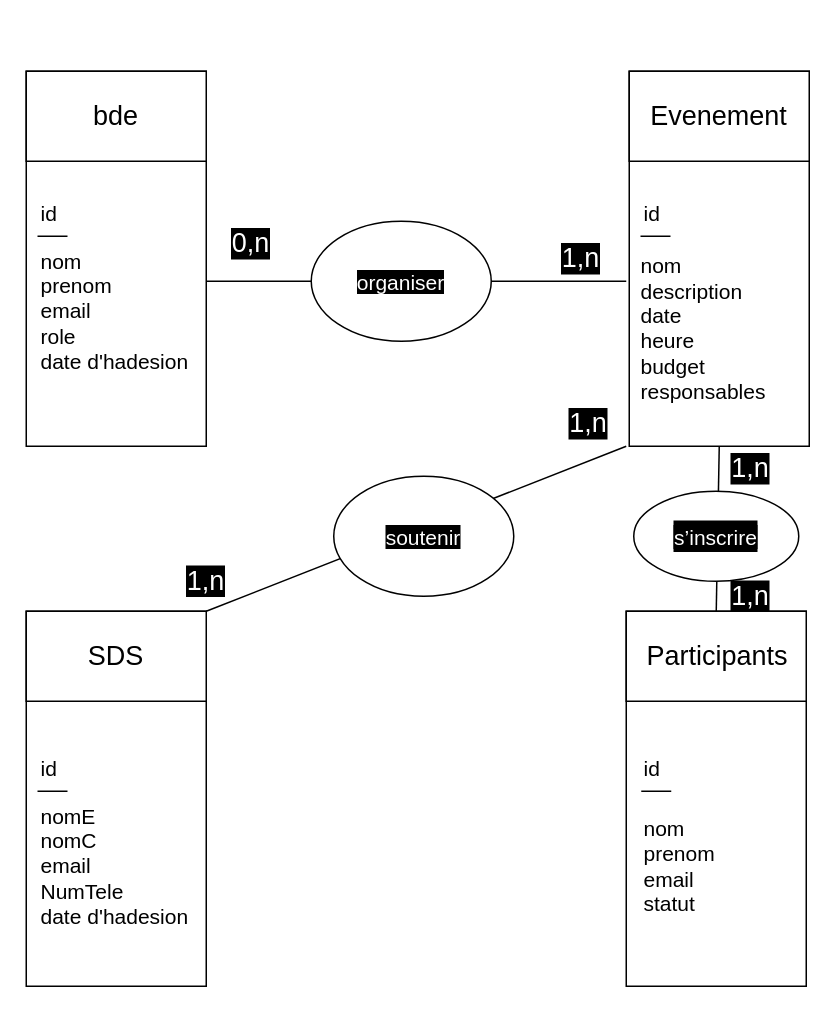
This is mcd.drawio from abirmes/Conception, a draw.io file, before an edit. Source tidied: cells renumbered, new cells numbered last; positions are measured from the earlier drawing's top-left corner, leaving out a move shared by most shapes. Both pictures are drawn from the tidied source at 150%, with x=0, y=0 at pixel (26, 70).
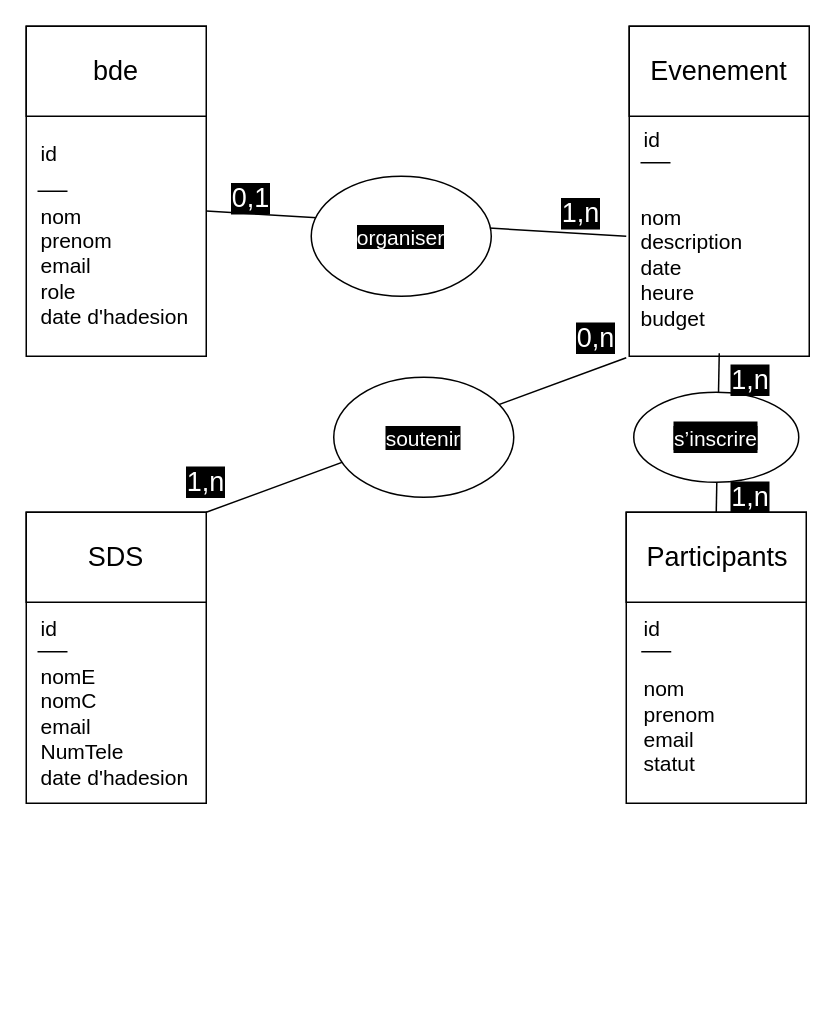
The same page after the edit.

What changed in the source:
```diff
@@
     <mxCell id="2" style="whiteSpace=wrap;html=1;" parent="1" vertex="1">
-      <mxGeometry y="360" width="120" height="250" as="geometry" />
+      <mxGeometry y="294" width="120" height="194" as="geometry" />
     </mxCell>
     <mxCell id="3" style="whiteSpace=wrap;html=1;" parent="1" vertex="1">
-      <mxGeometry y="360" width="120" height="60" as="geometry" />
+      <mxGeometry y="294" width="120" height="60" as="geometry" />
     </mxCell>
     <mxCell id="4" style="whiteSpace=wrap;html=1;" parent="1" vertex="1">
-      <mxGeometry width="120" height="250" as="geometry" />
+      <mxGeometry y="-30" width="120" height="220" as="geometry" />
     </mxCell>
     <mxCell id="5" style="whiteSpace=wrap;html=1;" parent="1" vertex="1">
-      <mxGeometry width="120" height="60" as="geometry" />
+      <mxGeometry y="-30" width="120" height="60" as="geometry" />
     </mxCell>
     <mxCell id="6" style="whiteSpace=wrap;html=1;" parent="1" vertex="1">
-      <mxGeometry x="400" y="360" width="120" height="250" as="geometry" />
+      <mxGeometry x="400" y="294" width="120" height="194" as="geometry" />
     </mxCell>
     <mxCell id="7" style="whiteSpace=wrap;html=1;" parent="1" vertex="1">
-      <mxGeometry x="400" y="360" width="120" height="60" as="geometry" />
+      <mxGeometry x="400" y="294" width="120" height="60" as="geometry" />
     </mxCell>
     <mxCell id="8" style="whiteSpace=wrap;html=1;" parent="1" vertex="1">
-      <mxGeometry x="402" width="120" height="250" as="geometry" />
+      <mxGeometry x="402" y="-30" width="120" height="220" as="geometry" />
     </mxCell>
     <mxCell id="9" style="whiteSpace=wrap;html=1;" parent="1" vertex="1">
-      <mxGeometry x="402" width="120" height="60" as="geometry" />
+      <mxGeometry x="402" y="-30" width="120" height="60" as="geometry" />
     </mxCell>
     <mxCell id="10" value="&lt;font style=&quot;font-size: 18px;&quot;&gt;bde&lt;/font&gt;" style="text;strokeColor=none;align=center;fillColor=none;html=1;verticalAlign=middle;whiteSpace=wrap;rounded=0;" parent="1" vertex="1">
-      <mxGeometry x="30" y="15" width="60" height="30" as="geometry" />
+      <mxGeometry x="30" y="-15" width="60" height="30" as="geometry" />
     </mxCell>
     <mxCell id="11" value="&lt;font style=&quot;font-size: 18px;&quot;&gt;SDS&lt;/font&gt;" style="text;strokeColor=none;align=center;fillColor=none;html=1;verticalAlign=middle;whiteSpace=wrap;rounded=0;" parent="1" vertex="1">
-      <mxGeometry x="30" y="375" width="60" height="30" as="geometry" />
+      <mxGeometry x="30" y="309" width="60" height="30" as="geometry" />
     </mxCell>
     <mxCell id="12" value="&lt;font style=&quot;font-size: 18px;&quot;&gt;Participants&lt;/font&gt;" style="text;strokeColor=none;align=center;fillColor=none;html=1;verticalAlign=middle;whiteSpace=wrap;rounded=0;" parent="1" vertex="1">
-      <mxGeometry x="431" y="375" width="60" height="30" as="geometry" />
+      <mxGeometry x="431" y="309" width="60" height="30" as="geometry" />
     </mxCell>
     <mxCell id="13" value="&lt;span style=&quot;font-size: 18px;&quot;&gt;Evenement&lt;/span&gt;" style="text;strokeColor=none;align=center;fillColor=none;html=1;verticalAlign=middle;whiteSpace=wrap;rounded=0;" parent="1" vertex="1">
-      <mxGeometry x="432" y="15" width="60" height="30" as="geometry" />
+      <mxGeometry x="432" y="-15" width="60" height="30" as="geometry" />
     </mxCell>
     <mxCell id="14" value="&lt;font style=&quot;font-size: 14px;&quot;&gt;nom&lt;br&gt;prenom&lt;br&gt;email&lt;br&gt;role&lt;br&gt;date d'hadesion&lt;br&gt;&lt;/font&gt;" style="text;html=1;strokeColor=none;fillColor=none;align=left;verticalAlign=middle;whiteSpace=wrap;rounded=0;" parent="1" vertex="1">
-      <mxGeometry x="7.5" y="100" width="105" height="120" as="geometry" />
+      <mxGeometry x="7.5" y="70" width="105" height="120" as="geometry" />
     </mxCell>
     <mxCell id="15" value="&lt;span style=&quot;&quot;&gt;id&lt;/span&gt;" style="text;html=1;strokeColor=none;fillColor=none;align=left;verticalAlign=middle;whiteSpace=wrap;rounded=0;fontSize=14;" parent="1" vertex="1">
-      <mxGeometry x="7.5" y="80" width="60" height="30" as="geometry" />
+      <mxGeometry x="7.5" y="40" width="60" height="30" as="geometry" />
     </mxCell>
     <mxCell id="16" style="endArrow=none;html=1;fontSize=18;" parent="1" edge="1">
       <mxGeometry relative="1" as="geometry">
-        <mxPoint x="27.5" y="110" as="sourcePoint" />
-        <mxPoint x="7.5" y="110" as="targetPoint" />
+        <mxPoint x="27.5" y="80" as="sourcePoint" />
+        <mxPoint x="7.5" y="80" as="targetPoint" />
       </mxGeometry>
     </mxCell>
-    <mxCell id="17" value="&lt;font style=&quot;font-size: 14px;&quot;&gt;nom&lt;br&gt;description&lt;br&gt;date&lt;br&gt;heure&lt;br&gt;budget&lt;br&gt;responsables&lt;br&gt;&lt;br&gt;&lt;/font&gt;" style="text;html=1;strokeColor=none;fillColor=none;align=left;verticalAlign=middle;whiteSpace=wrap;rounded=0;" parent="1" vertex="1">
-      <mxGeometry x="407.5" y="120" width="105" height="120" as="geometry" />
+    <mxCell id="17" value="&lt;font style=&quot;font-size: 14px;&quot;&gt;nom&lt;br&gt;description&lt;br&gt;date&lt;br&gt;heure&lt;br&gt;budget&lt;br&gt;&lt;/font&gt;" style="text;html=1;strokeColor=none;fillColor=none;align=left;verticalAlign=middle;whiteSpace=wrap;rounded=0;" parent="1" vertex="1">
+      <mxGeometry x="407.5" y="71" width="105" height="120" as="geometry" />
     </mxCell>
     <mxCell id="18" value="&lt;span style=&quot;&quot;&gt;id&lt;/span&gt;" style="text;html=1;strokeColor=none;fillColor=none;align=left;verticalAlign=middle;whiteSpace=wrap;rounded=0;fontSize=14;" parent="1" vertex="1">
-      <mxGeometry x="409.5" y="80" width="60" height="30" as="geometry" />
+      <mxGeometry x="409.5" y="31" width="60" height="30" as="geometry" />
     </mxCell>
     <mxCell id="19" style="endArrow=none;html=1;fontSize=18;" parent="1" edge="1">
       <mxGeometry relative="1" as="geometry">
-        <mxPoint x="429.5" y="110" as="sourcePoint" />
-        <mxPoint x="409.5" y="110" as="targetPoint" />
+        <mxPoint x="429.5" y="61" as="sourcePoint" />
+        <mxPoint x="409.5" y="61" as="targetPoint" />
       </mxGeometry>
     </mxCell>
     <mxCell id="20" value="&lt;font style=&quot;font-size: 14px;&quot;&gt;nomE&lt;br&gt;nomC&lt;br&gt;email&lt;br&gt;NumTele&lt;br&gt;date d'hadesion&lt;br&gt;&lt;/font&gt;" style="text;html=1;strokeColor=none;fillColor=none;align=left;verticalAlign=middle;whiteSpace=wrap;rounded=0;" parent="1" vertex="1">
-      <mxGeometry x="7.5" y="470" width="105" height="120" as="geometry" />
+      <mxGeometry x="7.5" y="377" width="105" height="120" as="geometry" />
     </mxCell>
     <mxCell id="21" value="&lt;span style=&quot;&quot;&gt;id&lt;/span&gt;" style="text;html=1;strokeColor=none;fillColor=none;align=left;verticalAlign=middle;whiteSpace=wrap;rounded=0;fontSize=14;" parent="1" vertex="1">
-      <mxGeometry x="7.5" y="450" width="60" height="30" as="geometry" />
+      <mxGeometry x="7.5" y="357" width="60" height="30" as="geometry" />
     </mxCell>
     <mxCell id="22" style="endArrow=none;html=1;fontSize=18;" parent="1" edge="1">
       <mxGeometry relative="1" as="geometry">
-        <mxPoint x="27.5" y="480" as="sourcePoint" />
-        <mxPoint x="7.5" y="480" as="targetPoint" />
+        <mxPoint x="27.5" y="387" as="sourcePoint" />
+        <mxPoint x="7.5" y="387" as="targetPoint" />
       </mxGeometry>
     </mxCell>
     <mxCell id="23" value="&lt;font style=&quot;font-size: 14px;&quot;&gt;nom&lt;br&gt;prenom&lt;br&gt;email&lt;br&gt;statut&lt;br&gt;&lt;/font&gt;" style="text;html=1;strokeColor=none;fillColor=none;align=left;verticalAlign=middle;whiteSpace=wrap;rounded=0;" parent="1" vertex="1">
-      <mxGeometry x="410" y="470" width="105" height="120" as="geometry" />
+      <mxGeometry x="410" y="377" width="105" height="120" as="geometry" />
     </mxCell>
     <mxCell id="24" value="&lt;span style=&quot;&quot;&gt;id&lt;/span&gt;" style="text;html=1;strokeColor=none;fillColor=none;align=left;verticalAlign=middle;whiteSpace=wrap;rounded=0;fontSize=14;" parent="1" vertex="1">
-      <mxGeometry x="410" y="450" width="60" height="30" as="geometry" />
+      <mxGeometry x="410" y="357" width="60" height="30" as="geometry" />
     </mxCell>
     <mxCell id="25" style="endArrow=none;html=1;fontSize=18;" parent="1" edge="1">
       <mxGeometry relative="1" as="geometry">
-        <mxPoint x="430" y="480" as="sourcePoint" />
-        <mxPoint x="410" y="480" as="targetPoint" />
+        <mxPoint x="430" y="387" as="sourcePoint" />
+        <mxPoint x="410" y="387" as="targetPoint" />
       </mxGeometry>
     </mxCell>
     <mxCell id="26" style="endArrow=none;html=1;fontSize=18;exitX=1;exitY=0.56;exitDx=0;exitDy=0;exitPerimeter=0;" parent="1" edge="1" source="4">
       <mxGeometry relative="1" as="geometry">
-        <mxPoint x="400" y="140" as="targetPoint" />
+        <mxPoint x="400" y="110" as="targetPoint" />
       </mxGeometry>
     </mxCell>
     <mxCell id="27" style="ellipse;whiteSpace=wrap;html=1;fontSize=18;" parent="1" vertex="1">
-      <mxGeometry x="190" y="100" width="120" height="80" as="geometry" />
+      <mxGeometry x="190" y="70" width="120" height="80" as="geometry" />
     </mxCell>
-    <mxCell id="28" style="endArrow=none;html=1;fontSize=18;entryX=0.5;entryY=1;entryDx=0;entryDy=0;exitX=0.5;exitY=0;exitDx=0;exitDy=0;" parent="1" edge="1" source="7" target="8">
-      <mxGeometry relative="1" as="geometry" />
+    <mxCell id="28" style="endArrow=none;html=1;fontSize=18;entryX=0.5;entryY=1;entryDx=0;entryDy=0;exitX=0.5;exitY=0;exitDx=0;exitDy=0;" parent="1" edge="1" source="7">
+      <mxGeometry relative="1" as="geometry">
+        <mxPoint x="462" y="188" as="targetPoint" />
+      </mxGeometry>
     </mxCell>
     <mxCell id="29" style="ellipse;whiteSpace=wrap;html=1;fontSize=18;" parent="1" vertex="1">
-      <mxGeometry x="405" y="280" width="110" height="60" as="geometry" />
+      <mxGeometry x="405" y="214" width="110" height="60" as="geometry" />
     </mxCell>
     <mxCell id="30" style="endArrow=none;html=1;fontSize=18;exitX=1;exitY=0;exitDx=0;exitDy=0;" parent="1" edge="1" source="3">
       <mxGeometry relative="1" as="geometry">
-        <mxPoint x="400" y="250" as="targetPoint" />
+        <mxPoint x="400" y="191" as="targetPoint" />
       </mxGeometry>
     </mxCell>
     <mxCell id="31" style="ellipse;whiteSpace=wrap;html=1;fontSize=18;" parent="1" vertex="1">
-      <mxGeometry x="205" y="270" width="120" height="80" as="geometry" />
+      <mxGeometry x="205" y="204" width="120" height="80" as="geometry" />
     </mxCell>
     <mxCell id="32" value="&lt;span style=&quot;font-family: &amp;quot;Nunito Sans&amp;quot;, sans-serif; font-size: 14px; text-align: start; background-color: rgb(0, 0, 0);&quot;&gt;&lt;font color=&quot;#ffffff&quot;&gt;soutenir&lt;/font&gt;&lt;/span&gt;" style="text;html=1;strokeColor=none;fillColor=none;align=center;verticalAlign=middle;whiteSpace=wrap;rounded=0;fontSize=18;" parent="1" vertex="1">
-      <mxGeometry x="235" y="295" width="60" height="30" as="geometry" />
+      <mxGeometry x="235" y="229" width="60" height="30" as="geometry" />
     </mxCell>
     <mxCell id="33" value="&lt;span style=&quot;font-family: &amp;quot;Nunito Sans&amp;quot;, sans-serif; font-size: 14px; text-align: start; background-color: rgb(0, 0, 0);&quot;&gt;s’inscrire&lt;/span&gt;" style="text;html=1;strokeColor=none;fillColor=none;align=center;verticalAlign=middle;whiteSpace=wrap;rounded=0;labelBackgroundColor=#000000;fontSize=18;fontColor=#FFFFFF;" parent="1" vertex="1">
-      <mxGeometry x="430" y="295" width="60" height="30" as="geometry" />
+      <mxGeometry x="430" y="229" width="60" height="30" as="geometry" />
     </mxCell>
     <mxCell id="34" value="&lt;span style=&quot;font-family: &amp;quot;Nunito Sans&amp;quot;, sans-serif; font-size: 14px; text-align: start; background-color: rgb(0, 0, 0);&quot;&gt;&lt;font color=&quot;#ffffff&quot;&gt;organiser&lt;/font&gt;&lt;/span&gt;" style="text;html=1;strokeColor=none;fillColor=none;align=center;verticalAlign=middle;whiteSpace=wrap;rounded=0;fontSize=18;" parent="1" vertex="1">
-      <mxGeometry x="220" y="125" width="60" height="30" as="geometry" />
+      <mxGeometry x="220" y="95" width="60" height="30" as="geometry" />
     </mxCell>
     <mxCell id="35" value="1,n" style="text;html=1;strokeColor=none;fillColor=none;align=center;verticalAlign=middle;whiteSpace=wrap;rounded=0;labelBackgroundColor=#000000;fontSize=18;fontColor=#FFFFFF;" parent="1" vertex="1">
-      <mxGeometry x="340" y="110" width="60" height="30" as="geometry" />
+      <mxGeometry x="340" y="80" width="60" height="30" as="geometry" />
     </mxCell>
-    <mxCell id="36" value="0,n" style="text;html=1;strokeColor=none;fillColor=none;align=center;verticalAlign=middle;whiteSpace=wrap;rounded=0;labelBackgroundColor=#000000;fontSize=18;fontColor=#FFFFFF;" parent="1" vertex="1">
-      <mxGeometry x="120" y="100" width="60" height="30" as="geometry" />
+    <mxCell id="36" value="0,1" style="text;html=1;strokeColor=none;fillColor=none;align=center;verticalAlign=middle;whiteSpace=wrap;rounded=0;labelBackgroundColor=#000000;fontSize=18;fontColor=#FFFFFF;" parent="1" vertex="1">
+      <mxGeometry x="120" y="70" width="60" height="30" as="geometry" />
     </mxCell>
     <mxCell id="37" value="1,n" style="text;html=1;strokeColor=none;fillColor=none;align=center;verticalAlign=middle;whiteSpace=wrap;rounded=0;labelBackgroundColor=#000000;fontSize=18;fontColor=#FFFFFF;" parent="1" vertex="1">
-      <mxGeometry x="462.5" y="340" width="40" height="20" as="geometry" />
+      <mxGeometry x="462.5" y="274" width="40" height="20" as="geometry" />
     </mxCell>
     <mxCell id="38" value="1,n" style="text;html=1;strokeColor=none;fillColor=none;align=center;verticalAlign=middle;whiteSpace=wrap;rounded=0;labelBackgroundColor=#000000;fontSize=18;fontColor=#FFFFFF;" parent="1" vertex="1">
-      <mxGeometry x="452.5" y="250" width="60" height="30" as="geometry" />
+      <mxGeometry x="452.5" y="191" width="60" height="30" as="geometry" />
     </mxCell>
     <mxCell id="39" value="1,n" style="text;html=1;strokeColor=none;fillColor=none;align=center;verticalAlign=middle;whiteSpace=wrap;rounded=0;labelBackgroundColor=#000000;fontSize=18;fontColor=#FFFFFF;" parent="1" vertex="1">
-      <mxGeometry x="90" y="325" width="60" height="30" as="geometry" />
+      <mxGeometry x="90" y="259" width="60" height="30" as="geometry" />
     </mxCell>
-    <mxCell id="40" value="1,n" style="text;html=1;strokeColor=none;fillColor=none;align=center;verticalAlign=middle;whiteSpace=wrap;rounded=0;labelBackgroundColor=#000000;fontSize=18;fontColor=#FFFFFF;" parent="1" vertex="1">
-      <mxGeometry x="345" y="220" width="60" height="30" as="geometry" />
+    <mxCell id="40" value="0,n" style="text;html=1;strokeColor=none;fillColor=none;align=center;verticalAlign=middle;whiteSpace=wrap;rounded=0;labelBackgroundColor=#000000;fontSize=18;fontColor=#FFFFFF;" parent="1" vertex="1">
+      <mxGeometry x="350" y="163" width="60" height="30" as="geometry" />
     </mxCell>
```
